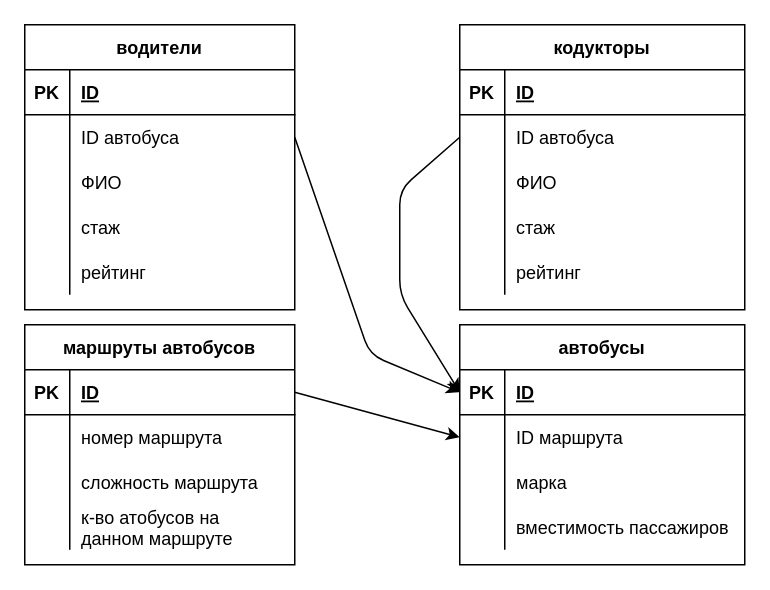
Above: Home_work_6.1/tables.drawio in Sayberix/Home_work_6.1 (draw.io), before the change. Source tidied: cells renumbered, new cells numbered last; positions are measured from the earlier drawing's top-left corner, leaving out a move shared by most shapes. Both pictures are drawn from the tidied source at 150%, with x=0, y=0 at pixel (24, 24).
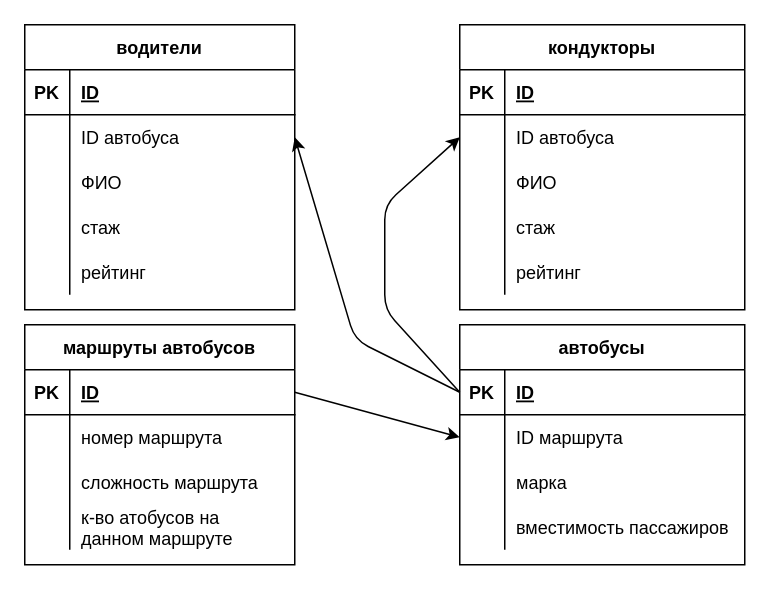
The same page after the edit.

Commit message:
исправил ошибку в названии таблицы - кондукторы

Unchanged cells that the change refers to:
```xml
<mxCell id="16" style="shape=partialRectangle;fillColor=none;top=0;left=0;bottom=1;right=0;points=[[0,0.5],[1,0.5]];portConstraint=eastwest;" parent="15" vertex="1">
  <mxGeometry y="30" width="190" height="30" as="geometry" />
</mxCell>
<mxCell id="33" style="shape=partialRectangle;fillColor=none;top=0;left=0;bottom=0;right=0;points=[[0,0.5],[1,0.5]];portConstraint=eastwest;" parent="29" vertex="1">
  <mxGeometry y="60" width="180" height="30" as="geometry" />
</mxCell>
<mxCell id="49" style="shape=partialRectangle;fillColor=none;top=0;left=0;bottom=0;right=0;points=[[0,0.5],[1,0.5]];portConstraint=eastwest;" parent="45" vertex="1">
  <mxGeometry y="60" width="190" height="30" as="geometry" />
</mxCell>
```

Diff of the diagram source:
```diff
@@
-    <mxCell id="45" value="кодукторы" style="shape=table;startSize=30;childLayout=tableLayout;rowLines=0;fontStyle=1;align=center;" parent="1" vertex="1">
+    <mxCell id="45" value="кондукторы" style="shape=table;startSize=30;childLayout=tableLayout;rowLines=0;fontStyle=1;align=center;" parent="1" vertex="1">
       <mxGeometry x="290" width="190" height="190" as="geometry" />
     </mxCell>
@@
-    <mxCell id="61" style="edgeStyle=none;html=1;exitX=1;exitY=0.5;exitDx=0;exitDy=0;entryX=0;entryY=0.5;entryDx=0;entryDy=0;" parent="1" edge="1" source="33" target="16">
-      <mxGeometry relative="1" as="geometry">
-        <Array as="points">
-          <mxPoint x="230" y="220" />
-        </Array>
-      </mxGeometry>
-    </mxCell>
-    <mxCell id="62" style="edgeStyle=none;html=1;exitX=0;exitY=0.5;exitDx=0;exitDy=0;entryX=0;entryY=0.5;entryDx=0;entryDy=0;" parent="1" edge="1" source="49" target="16">
-      <mxGeometry relative="1" as="geometry">
-        <Array as="points">
-          <mxPoint x="250" y="110" />
-          <mxPoint x="250" y="180" />
-        </Array>
-      </mxGeometry>
-    </mxCell>
+    <mxCell id="63" style="edgeStyle=none;html=1;exitX=0;exitY=0.5;exitDx=0;exitDy=0;entryX=1;entryY=0.5;entryDx=0;entryDy=0;" parent="1" edge="1" source="16" target="33">
+      <mxGeometry relative="1" as="geometry">
+        <Array as="points">
+          <mxPoint x="220" y="210" />
+        </Array>
+      </mxGeometry>
+    </mxCell>
+    <mxCell id="64" style="edgeStyle=none;html=1;exitX=0;exitY=0.5;exitDx=0;exitDy=0;entryX=0;entryY=0.5;entryDx=0;entryDy=0;" parent="1" edge="1" source="16" target="49">
+      <mxGeometry relative="1" as="geometry">
+        <Array as="points">
+          <mxPoint x="240" y="190" />
+          <mxPoint x="240" y="120" />
+        </Array>
+      </mxGeometry>
+    </mxCell>
```
